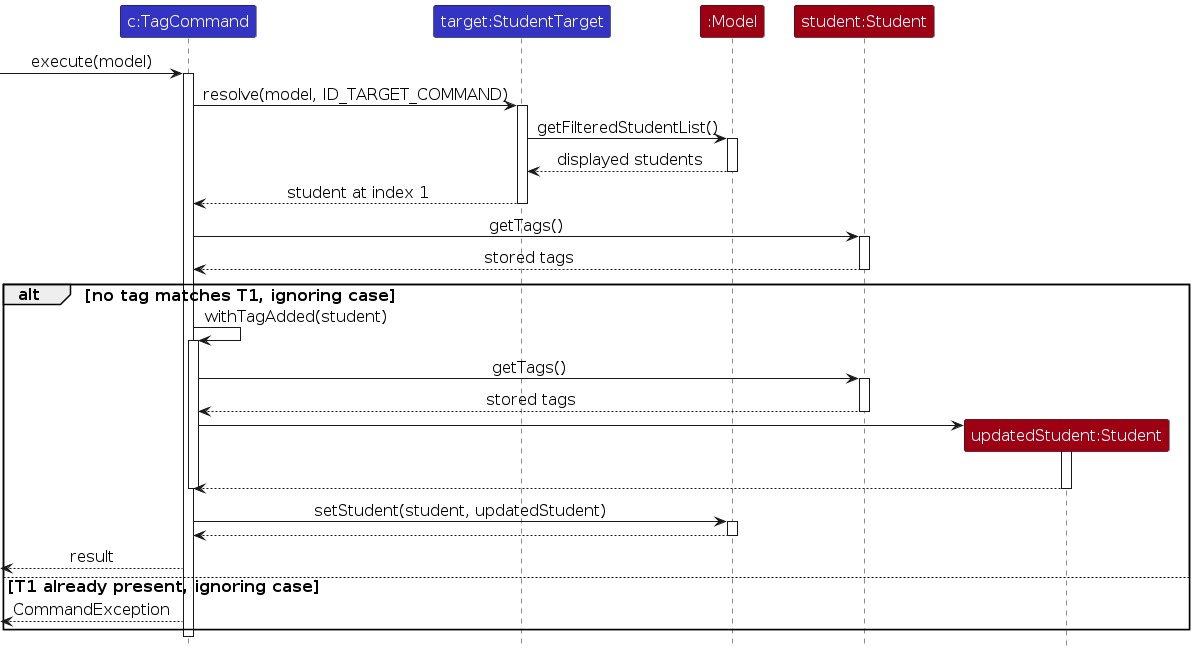
This is diagrams/TagCommandSequence.png from AY2627S1-CS2103T-T16-1/tp, a PlantUML export, as it was before one commit. Its source is kept beside it as diagrams/TagCommandSequence.puml.
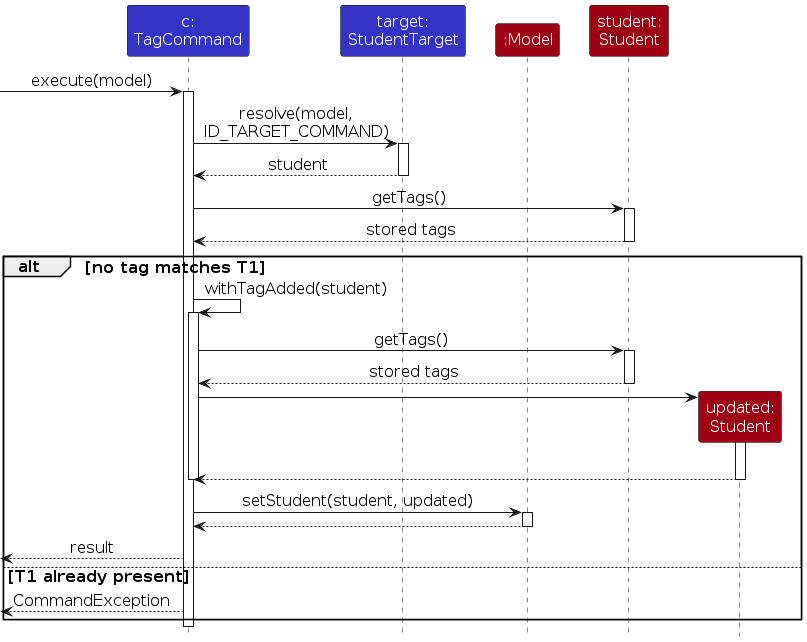
Later version of the same file.

What changed in the source:
```diff
@@ -3,27 +3,23 @@
 skinparam ArrowFontStyle plain
 skinparam defaultFontSize 16
 
-participant "c:TagCommand" as command LOGIC_COLOR
-participant "target:StudentTarget" as target LOGIC_COLOR
+participant "c:\nTagCommand" as command LOGIC_COLOR
+participant "target:\nStudentTarget" as target LOGIC_COLOR
 participant ":Model" as model MODEL_COLOR
-participant "student:Student" as student MODEL_COLOR
-participant "updatedStudent:Student" as updated MODEL_COLOR
+participant "student:\nStudent" as student MODEL_COLOR
+participant "updated:\nStudent" as updated MODEL_COLOR
 
 [-> command : execute(model)
 activate command
-command -> target : resolve(model, ID_TARGET_COMMAND)
+command -> target : resolve(model,\nID_TARGET_COMMAND)
 activate target
-target -> model : getFilteredStudentList()
-activate model
-model --> target : displayed students
-deactivate model
-target --> command : student at index 1
+target --> command : student
 deactivate target
 command -> student : getTags()
 activate student
 student --> command : stored tags
 deactivate student
-alt no tag matches T1, ignoring case
+alt no tag matches T1
 command -> command : withTagAdded(student)
 activate command
 command -> student : getTags()
@@ -37,12 +33,12 @@
 updated --> command
 deactivate updated
 deactivate command
-command -> model : setStudent(student, updatedStudent)
+command -> model : setStudent(student, updated)
 activate model
 model --> command
 deactivate model
 [<-- command : result
-else T1 already present, ignoring case
+else T1 already present
 [<-- command : CommandException
 end
 deactivate command
```
